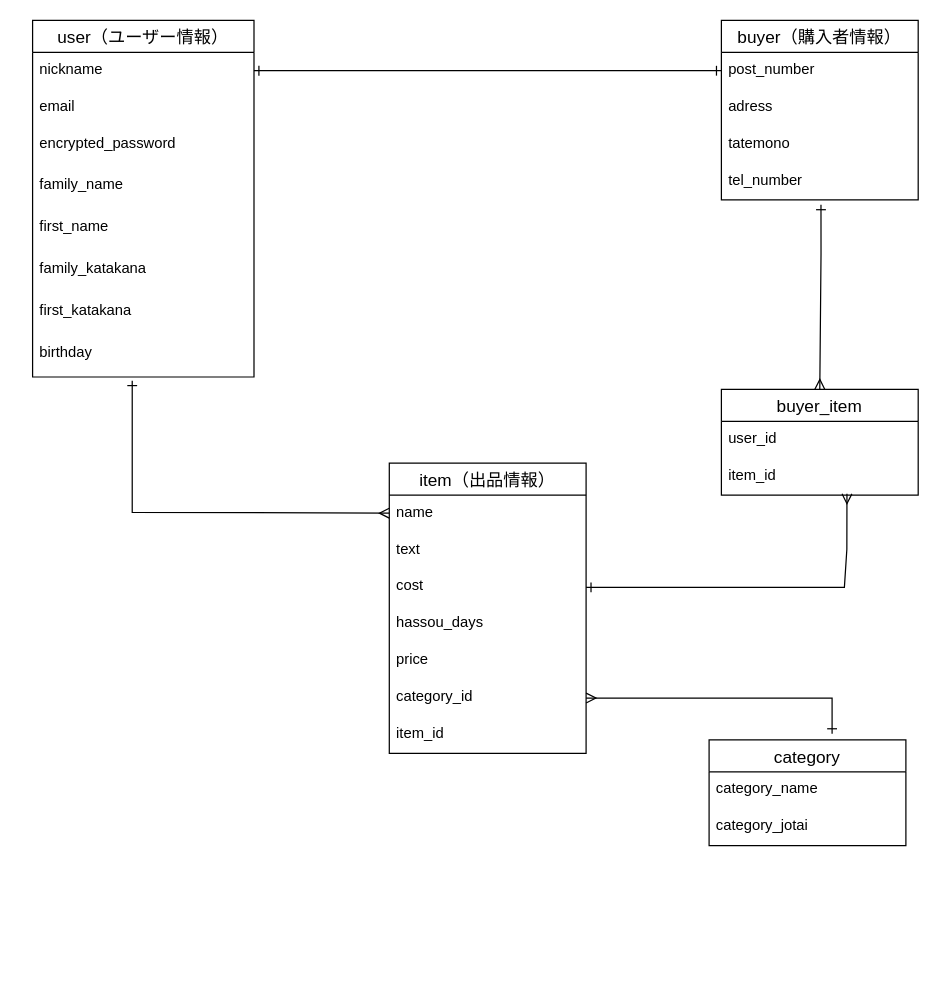
Earlier version of the draw.io diagram test.dio (gocci45/furima-32064). Source tidied: cells renumbered, new cells numbered last; positions are measured from the earlier drawing's top-left corner, leaving out a move shared by most shapes. Both pictures are drawn from the tidied source at 123%, with x=0, y=0 at pixel (32, 20).
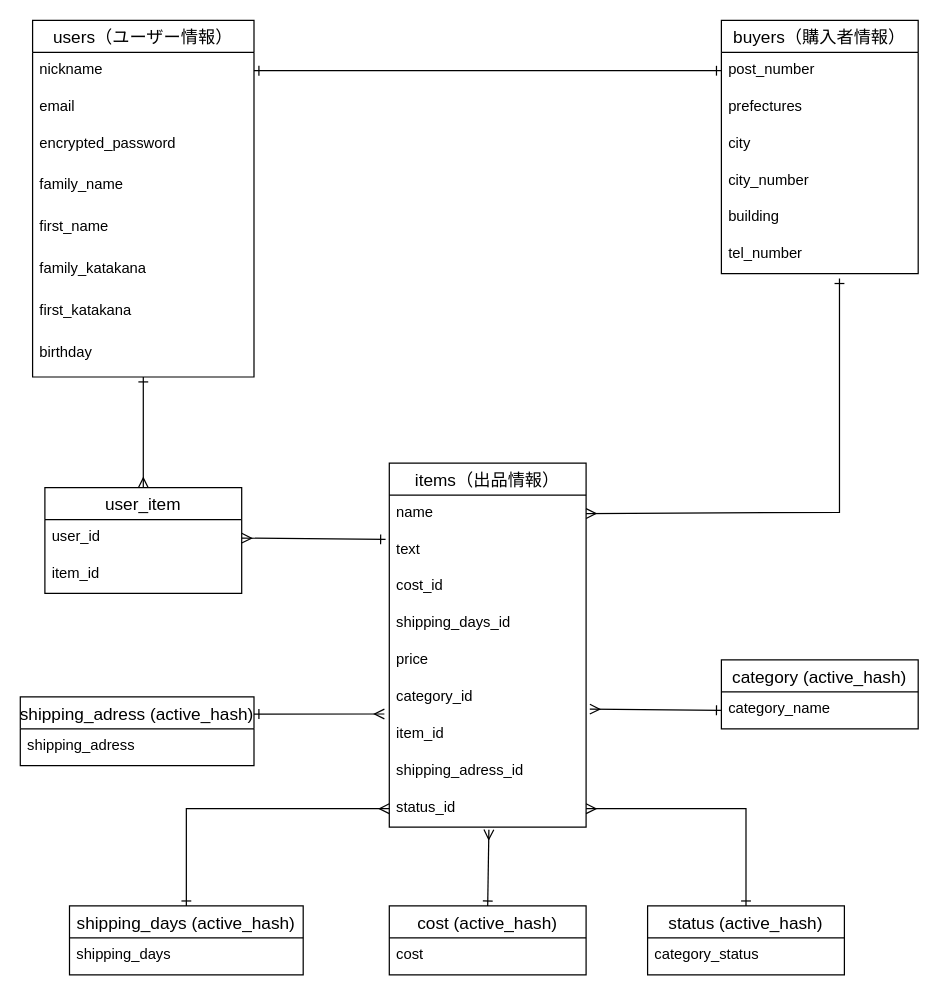
The same page after the edit.

Unchanged cells that the change refers to:
```xml
<mxCell id="10" value="birthday" style="text;strokeColor=none;fillColor=none;spacingLeft=4;spacingRight=4;overflow=hidden;points=[[0,0.5],[1,0.5]];portConstraint=eastwest;fontSize=12;" parent="2" vertex="1">
  <mxGeometry y="256" width="180" height="34" as="geometry" />
</mxCell>
<mxCell id="23" value="name" style="text;strokeColor=none;fillColor=none;spacingLeft=4;spacingRight=4;overflow=hidden;points=[[0,0.5],[1,0.5]];portConstraint=eastwest;fontSize=12;" parent="22" vertex="1">
  <mxGeometry y="26" width="160" height="30" as="geometry" />
</mxCell>
<mxCell id="24" value="text" style="text;strokeColor=none;fillColor=none;spacingLeft=4;spacingRight=4;overflow=hidden;points=[[0,0.5],[1,0.5]];portConstraint=eastwest;fontSize=12;" parent="22" vertex="1">
  <mxGeometry y="56" width="160" height="30" as="geometry" />
</mxCell>
<mxCell id="28" value="category_id" style="text;strokeColor=none;fillColor=none;spacingLeft=4;spacingRight=4;overflow=hidden;points=[[0,0.5],[1,0.5]];portConstraint=eastwest;fontSize=12;" parent="22" vertex="1">
  <mxGeometry y="176" width="160" height="30" as="geometry" />
</mxCell>
<mxCell id="32" value="user_id" style="text;strokeColor=none;fillColor=none;spacingLeft=4;spacingRight=4;overflow=hidden;points=[[0,0.5],[1,0.5]];portConstraint=eastwest;fontSize=12;" parent="31" vertex="1">
  <mxGeometry y="26" width="160" height="30" as="geometry" />
</mxCell>
<mxCell id="33" value="item_id" style="text;strokeColor=none;fillColor=none;spacingLeft=4;spacingRight=4;overflow=hidden;points=[[0,0.5],[1,0.5]];portConstraint=eastwest;fontSize=12;" parent="31" vertex="1">
  <mxGeometry y="56" width="160" height="30" as="geometry" />
</mxCell>
```

Diff of the diagram source:
```diff
@@
-    <mxCell id="2" value="user（ユーザー情報）" style="swimlane;fontStyle=0;horizontal=1;startSize=26;align=center;fontSize=14;" parent="1" vertex="1">
+    <mxCell id="2" value="users（ユーザー情報）" style="swimlane;fontStyle=0;horizontal=1;startSize=26;align=center;fontSize=14;" parent="1" vertex="1">
       <mxGeometry width="180" height="290" as="geometry" />
     </mxCell>
@@
-    <mxCell id="11" value="buyer（購入者情報）" style="swimlane;fontStyle=0;horizontal=1;startSize=26;align=center;fontSize=14;" parent="1" vertex="1">
-      <mxGeometry x="560" width="160" height="146" as="geometry" />
+    <mxCell id="11" value="buyers（購入者情報）" style="swimlane;fontStyle=0;horizontal=1;startSize=26;align=center;fontSize=14;" parent="1" vertex="1">
+      <mxGeometry x="560" width="160" height="206" as="geometry" />
     </mxCell>
@@
-    <mxCell id="13" value="adress" style="text;strokeColor=none;fillColor=none;spacingLeft=4;spacingRight=4;overflow=hidden;fontSize=12;" parent="11" vertex="1">
+    <mxCell id="13" value="prefectures" style="text;strokeColor=none;fillColor=none;spacingLeft=4;spacingRight=4;overflow=hidden;fontSize=12;" parent="11" vertex="1">
       <mxGeometry y="56" width="160" height="30" as="geometry" />
     </mxCell>
-    <mxCell id="14" value="tatemono" style="text;strokeColor=none;fillColor=none;spacingLeft=4;spacingRight=4;overflow=hidden;fontSize=12;" parent="11" vertex="1">
+    <mxCell id="14" value="city" style="text;strokeColor=none;fillColor=none;spacingLeft=4;spacingRight=4;overflow=hidden;fontSize=12;" parent="11" vertex="1">
       <mxGeometry y="86" width="160" height="30" as="geometry" />
     </mxCell>
-    <mxCell id="15" value="tel_number" style="text;strokeColor=none;fillColor=none;spacingLeft=4;spacingRight=4;overflow=hidden;points=[[0,0.5],[1,0.5]];portConstraint=eastwest;fontSize=12;" parent="11" vertex="1">
+    <mxCell id="15" value="city_number" style="text;strokeColor=none;fillColor=none;spacingLeft=4;spacingRight=4;overflow=hidden;points=[[0,0.5],[1,0.5]];portConstraint=eastwest;fontSize=12;" parent="11" vertex="1">
       <mxGeometry y="116" width="160" height="30" as="geometry" />
     </mxCell>
+    <mxCell id="35" value="building" style="text;strokeColor=none;fillColor=none;spacingLeft=4;spacingRight=4;overflow=hidden;fontSize=12;" parent="11" vertex="1">
+      <mxGeometry y="146" width="160" height="30" as="geometry" />
+    </mxCell>
+    <mxCell id="36" value="tel_number" style="text;strokeColor=none;fillColor=none;spacingLeft=4;spacingRight=4;overflow=hidden;fontSize=12;" parent="11" vertex="1">
+      <mxGeometry y="176" width="160" height="30" as="geometry" />
+    </mxCell>
@@
-    <mxCell id="17" style="edgeStyle=none;rounded=0;jettySize=auto;html=1;exitX=1;exitY=0.5;exitDx=0;exitDy=0;startArrow=ERmany;startFill=0;endArrow=ERone;endFill=0;" parent="1" edge="1" source="28">
-      <mxGeometry relative="1" as="geometry">
-        <mxPoint x="650" y="580" as="targetPoint" />
-        <Array as="points">
-          <mxPoint x="650" y="551" />
-        </Array>
-      </mxGeometry>
-    </mxCell>
-    <mxCell id="18" style="edgeStyle=none;rounded=0;jettySize=auto;html=1;exitX=0.45;exitY=1.088;exitDx=0;exitDy=0;startArrow=ERone;startFill=0;endArrow=ERmany;endFill=0;exitPerimeter=0;" parent="1" edge="1" source="10" target="23">
-      <mxGeometry relative="1" as="geometry">
-        <Array as="points">
-          <mxPoint x="81" y="400" />
-        </Array>
-      </mxGeometry>
-    </mxCell>
-    <mxCell id="19" value="category" style="swimlane;fontStyle=0;horizontal=1;startSize=26;align=center;fontSize=14;" parent="1" vertex="1">
-      <mxGeometry x="550" y="585" width="160" height="86" as="geometry" />
-    </mxCell>
-    <mxCell id="20" value="category_name" style="text;strokeColor=none;fillColor=none;spacingLeft=4;spacingRight=4;overflow=hidden;points=[[0,0.5],[1,0.5]];portConstraint=eastwest;fontSize=12;" parent="19" vertex="1">
-      <mxGeometry y="26" width="160" height="30" as="geometry" />
-    </mxCell>
-    <mxCell id="21" value="category_jotai" style="text;strokeColor=none;fillColor=none;spacingLeft=4;spacingRight=4;overflow=hidden;fontSize=12;" parent="19" vertex="1">
-      <mxGeometry y="56" width="160" height="30" as="geometry" />
-    </mxCell>
-    <mxCell id="22" value="item（出品情報）" style="swimlane;fontStyle=0;horizontal=1;startSize=26;align=center;fontSize=14;" parent="1" vertex="1">
-      <mxGeometry x="290" y="360" width="160" height="236" as="geometry" />
+    <mxCell id="22" value="items（出品情報）" style="swimlane;fontStyle=0;horizontal=1;startSize=26;align=center;fontSize=14;" parent="1" vertex="1">
+      <mxGeometry x="290" y="360" width="160" height="296" as="geometry" />
     </mxCell>
@@
-    <mxCell id="25" value="cost" style="text;strokeColor=none;fillColor=none;spacingLeft=4;spacingRight=4;overflow=hidden;points=[[0,0.5],[1,0.5]];portConstraint=eastwest;fontSize=12;" parent="22" vertex="1">
+    <mxCell id="25" value="cost_id" style="text;strokeColor=none;fillColor=none;spacingLeft=4;spacingRight=4;overflow=hidden;points=[[0,0.5],[1,0.5]];portConstraint=eastwest;fontSize=12;" parent="22" vertex="1">
       <mxGeometry y="86" width="160" height="30" as="geometry" />
     </mxCell>
-    <mxCell id="26" value="hassou_days" style="text;strokeColor=none;fillColor=none;spacingLeft=4;spacingRight=4;overflow=hidden;fontSize=12;" parent="22" vertex="1">
+    <mxCell id="26" value="shipping_days_id" style="text;strokeColor=none;fillColor=none;spacingLeft=4;spacingRight=4;overflow=hidden;fontSize=12;" parent="22" vertex="1">
       <mxGeometry y="116" width="160" height="30" as="geometry" />
     </mxCell>
@@
-    <mxCell id="30" style="edgeStyle=none;rounded=0;jettySize=auto;html=1;exitX=0.5;exitY=0;exitDx=0;exitDy=0;entryX=0.506;entryY=1.133;entryDx=0;entryDy=0;entryPerimeter=0;startArrow=ERmany;startFill=0;endArrow=ERone;endFill=0;" parent="1" edge="1" source="31" target="15">
-      <mxGeometry relative="1" as="geometry">
-        <Array as="points">
-          <mxPoint x="641" y="190" />
-        </Array>
-      </mxGeometry>
-    </mxCell>
+    <mxCell id="37" value="shipping_adress_id" style="text;strokeColor=none;fillColor=none;spacingLeft=4;spacingRight=4;overflow=hidden;fontSize=12;" parent="22" vertex="1">
+      <mxGeometry y="236" width="160" height="30" as="geometry" />
+    </mxCell>
+    <mxCell id="38" value="status_id" style="text;strokeColor=none;fillColor=none;spacingLeft=4;spacingRight=4;overflow=hidden;points=[[0,0.5],[1,0.5]];portConstraint=eastwest;fontSize=12;" parent="22" vertex="1">
+      <mxGeometry y="266" width="160" height="30" as="geometry" />
+    </mxCell>
+    <mxCell id="39" style="edgeStyle=none;rounded=0;jettySize=auto;html=1;exitX=0.5;exitY=0;exitDx=0;exitDy=0;entryX=0.5;entryY=1;entryDx=0;entryDy=0;startArrow=ERmany;startFill=0;endArrow=ERone;endFill=0;" parent="1" edge="1" source="31" target="2">
+      <mxGeometry relative="1" as="geometry" />
+    </mxCell>
-    <mxCell id="31" value="buyer_item" style="swimlane;fontStyle=0;horizontal=1;startSize=26;align=center;fontSize=14;" parent="1" vertex="1">
-      <mxGeometry x="560" y="300" width="160" height="86" as="geometry" />
+    <mxCell id="31" value="user_item" style="swimlane;fontStyle=0;horizontal=1;startSize=26;align=center;fontSize=14;" parent="1" vertex="1">
+      <mxGeometry x="10" y="380" width="160" height="86" as="geometry" />
     </mxCell>
@@
-    <mxCell id="34" style="edgeStyle=none;rounded=0;jettySize=auto;html=1;exitX=1;exitY=0.5;exitDx=0;exitDy=0;entryX=0.638;entryY=0.967;entryDx=0;entryDy=0;entryPerimeter=0;startArrow=ERone;startFill=0;endArrow=ERmany;endFill=0;" parent="1" edge="1" source="25" target="33">
-      <mxGeometry relative="1" as="geometry">
-        <Array as="points">
-          <mxPoint x="660" y="461" />
-          <mxPoint x="662" y="430" />
-        </Array>
-      </mxGeometry>
-    </mxCell>
+    <mxCell id="40" style="edgeStyle=none;rounded=0;jettySize=auto;html=1;exitX=1;exitY=0.5;exitDx=0;exitDy=0;startArrow=ERmany;startFill=0;endArrow=ERone;endFill=0;" parent="1" edge="1" source="23">
+      <mxGeometry relative="1" as="geometry">
+        <mxPoint x="656" y="210" as="targetPoint" />
+        <Array as="points">
+          <mxPoint x="656" y="400" />
+        </Array>
+      </mxGeometry>
+    </mxCell>
+    <mxCell id="41" style="edgeStyle=none;rounded=0;jettySize=auto;html=1;exitX=1;exitY=0.5;exitDx=0;exitDy=0;entryX=-0.019;entryY=0.2;entryDx=0;entryDy=0;entryPerimeter=0;startArrow=ERmany;startFill=0;endArrow=ERone;endFill=0;" parent="1" edge="1" source="32" target="24">
+      <mxGeometry relative="1" as="geometry" />
+    </mxCell>
+    <mxCell id="42" style="edgeStyle=none;rounded=0;jettySize=auto;html=1;exitX=0.5;exitY=0;exitDx=0;exitDy=0;entryX=1;entryY=0.5;entryDx=0;entryDy=0;startArrow=ERone;startFill=0;endArrow=ERmany;endFill=0;" parent="1" edge="1" source="43" target="38">
+      <mxGeometry relative="1" as="geometry">
+        <Array as="points">
+          <mxPoint x="580" y="641" />
+        </Array>
+      </mxGeometry>
+    </mxCell>
+    <mxCell id="43" value="status (active_hash)" style="swimlane;fontStyle=0;horizontal=1;startSize=26;align=center;fontSize=14;" parent="1" vertex="1">
+      <mxGeometry x="500" y="720" width="160" height="56" as="geometry" />
+    </mxCell>
+    <mxCell id="44" value="category_status" style="text;strokeColor=none;fillColor=none;spacingLeft=4;spacingRight=4;overflow=hidden;fontSize=12;" parent="43" vertex="1">
+      <mxGeometry y="26" width="160" height="30" as="geometry" />
+    </mxCell>
+    <mxCell id="45" style="edgeStyle=none;rounded=0;jettySize=auto;html=1;exitX=0.5;exitY=0;exitDx=0;exitDy=0;entryX=0.506;entryY=1.067;entryDx=0;entryDy=0;entryPerimeter=0;startArrow=ERone;startFill=0;endArrow=ERmany;endFill=0;" parent="1" edge="1" source="46" target="38">
+      <mxGeometry relative="1" as="geometry" />
+    </mxCell>
+    <mxCell id="46" value="cost (active_hash)" style="swimlane;fontStyle=0;horizontal=1;startSize=26;align=center;fontSize=14;" parent="1" vertex="1">
+      <mxGeometry x="290" y="720" width="160" height="56" as="geometry" />
+    </mxCell>
+    <mxCell id="47" value="cost" style="text;strokeColor=none;fillColor=none;spacingLeft=4;spacingRight=4;overflow=hidden;fontSize=12;" parent="46" vertex="1">
+      <mxGeometry y="26" width="160" height="30" as="geometry" />
+    </mxCell>
+    <mxCell id="48" style="edgeStyle=none;rounded=0;jettySize=auto;html=1;exitX=0.5;exitY=0;exitDx=0;exitDy=0;entryX=0;entryY=0.5;entryDx=0;entryDy=0;startArrow=ERone;startFill=0;endArrow=ERmany;endFill=0;" parent="1" edge="1" source="49" target="38">
+      <mxGeometry relative="1" as="geometry">
+        <Array as="points">
+          <mxPoint x="125" y="641" />
+        </Array>
+      </mxGeometry>
+    </mxCell>
+    <mxCell id="49" value="shipping_days (active_hash)" style="swimlane;fontStyle=0;horizontal=1;startSize=26;align=center;fontSize=14;" parent="1" vertex="1">
+      <mxGeometry x="30" y="720" width="190" height="56" as="geometry" />
+    </mxCell>
+    <mxCell id="50" value="shipping_days" style="text;strokeColor=none;fillColor=none;spacingLeft=4;spacingRight=4;overflow=hidden;fontSize=12;" parent="49" vertex="1">
+      <mxGeometry y="26" width="190" height="30" as="geometry" />
+    </mxCell>
+    <mxCell id="51" style="edgeStyle=none;rounded=0;jettySize=auto;html=1;exitX=1;exitY=0.25;exitDx=0;exitDy=0;entryX=-0.025;entryY=0.933;entryDx=0;entryDy=0;entryPerimeter=0;startArrow=ERone;startFill=0;endArrow=ERmany;endFill=0;" parent="1" edge="1" source="52" target="28">
+      <mxGeometry relative="1" as="geometry" />
+    </mxCell>
+    <mxCell id="52" value="shipping_adress (active_hash)" style="swimlane;fontStyle=0;horizontal=1;startSize=26;align=center;fontSize=14;" parent="1" vertex="1">
+      <mxGeometry x="-10" y="550" width="190" height="56" as="geometry" />
+    </mxCell>
+    <mxCell id="53" value="shipping_adress" style="text;strokeColor=none;fillColor=none;spacingLeft=4;spacingRight=4;overflow=hidden;fontSize=12;" parent="52" vertex="1">
+      <mxGeometry y="26" width="190" height="30" as="geometry" />
+    </mxCell>
+    <mxCell id="19" value="category (active_hash)" style="swimlane;fontStyle=0;horizontal=1;startSize=26;align=center;fontSize=14;" parent="1" vertex="1">
+      <mxGeometry x="560" y="520" width="160" height="56" as="geometry" />
+    </mxCell>
+    <mxCell id="20" value="category_name" style="text;strokeColor=none;fillColor=none;spacingLeft=4;spacingRight=4;overflow=hidden;points=[[0,0.5],[1,0.5]];portConstraint=eastwest;fontSize=12;" parent="19" vertex="1">
+      <mxGeometry y="26" width="160" height="30" as="geometry" />
+    </mxCell>
+    <mxCell id="54" style="edgeStyle=none;rounded=0;jettySize=auto;html=1;exitX=0;exitY=0.5;exitDx=0;exitDy=0;entryX=1.019;entryY=0.8;entryDx=0;entryDy=0;entryPerimeter=0;startArrow=ERone;startFill=0;endArrow=ERmany;endFill=0;" parent="1" edge="1" source="20" target="28">
+      <mxGeometry relative="1" as="geometry" />
+    </mxCell>
```
